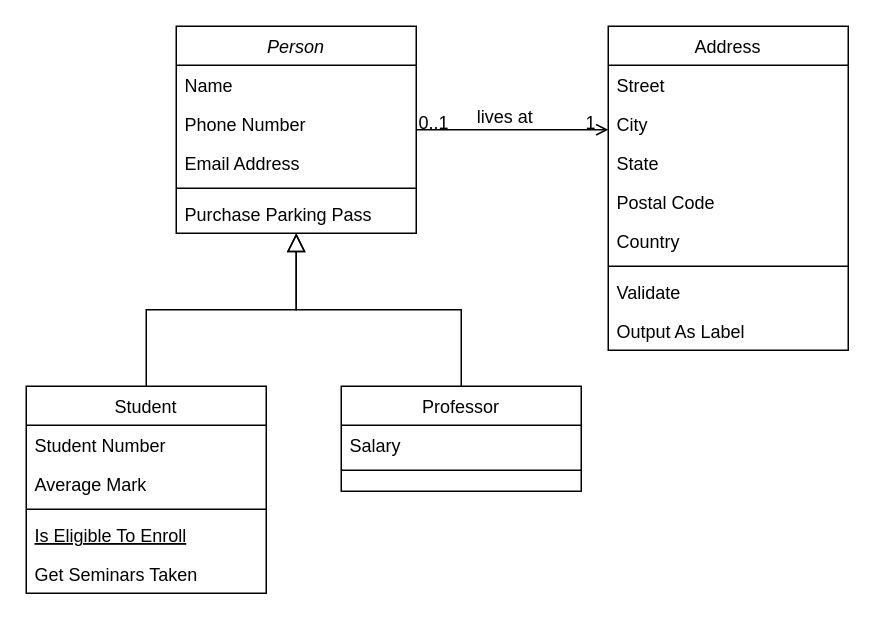
Before: diagrams/Test.drawio in Nepike/input-tracking, a draw.io diagram. Source tidied: cells renumbered, new cells numbered last; positions are measured from the earlier drawing's top-left corner, leaving out a move shared by most shapes. Both pictures are drawn from the tidied source at 150%, with x=0, y=0 at pixel (26, 26).
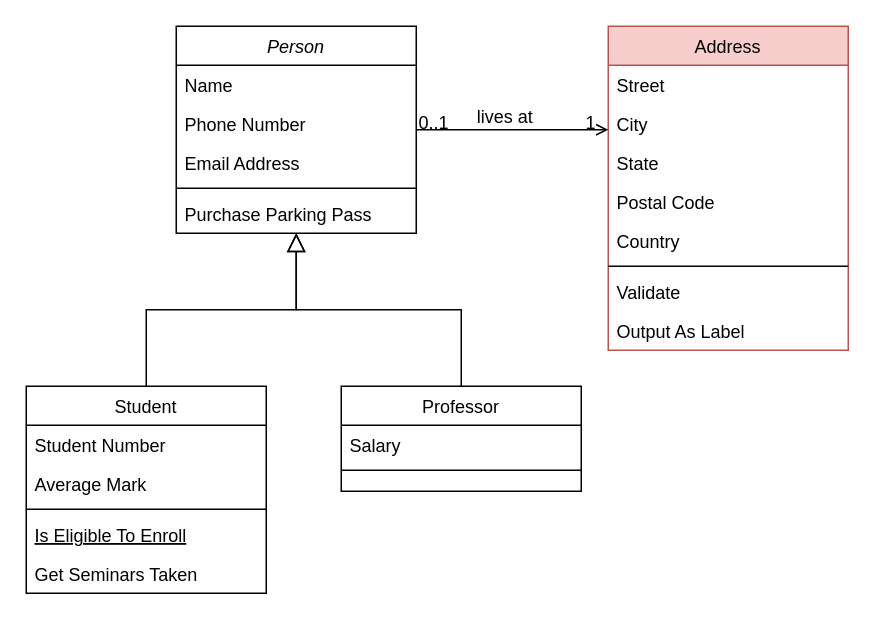
The same page after the edit.

The edit, as a diff of the source:
```diff
@@
-    <mxCell id="19" value="Address" style="swimlane;fontStyle=0;align=center;verticalAlign=top;horizontal=1;startSize=26;rounded=0;shadow=0;strokeWidth=1;" parent="1" vertex="1">
+    <mxCell id="19" value="Address" style="swimlane;fontStyle=0;align=center;verticalAlign=top;horizontal=1;startSize=26;rounded=0;shadow=0;strokeWidth=1;fillColor=#f8cecc;strokeColor=#b85450;" parent="1" vertex="1">
       <mxGeometry x="388" width="160" height="216" as="geometry" />
     </mxCell>
```
